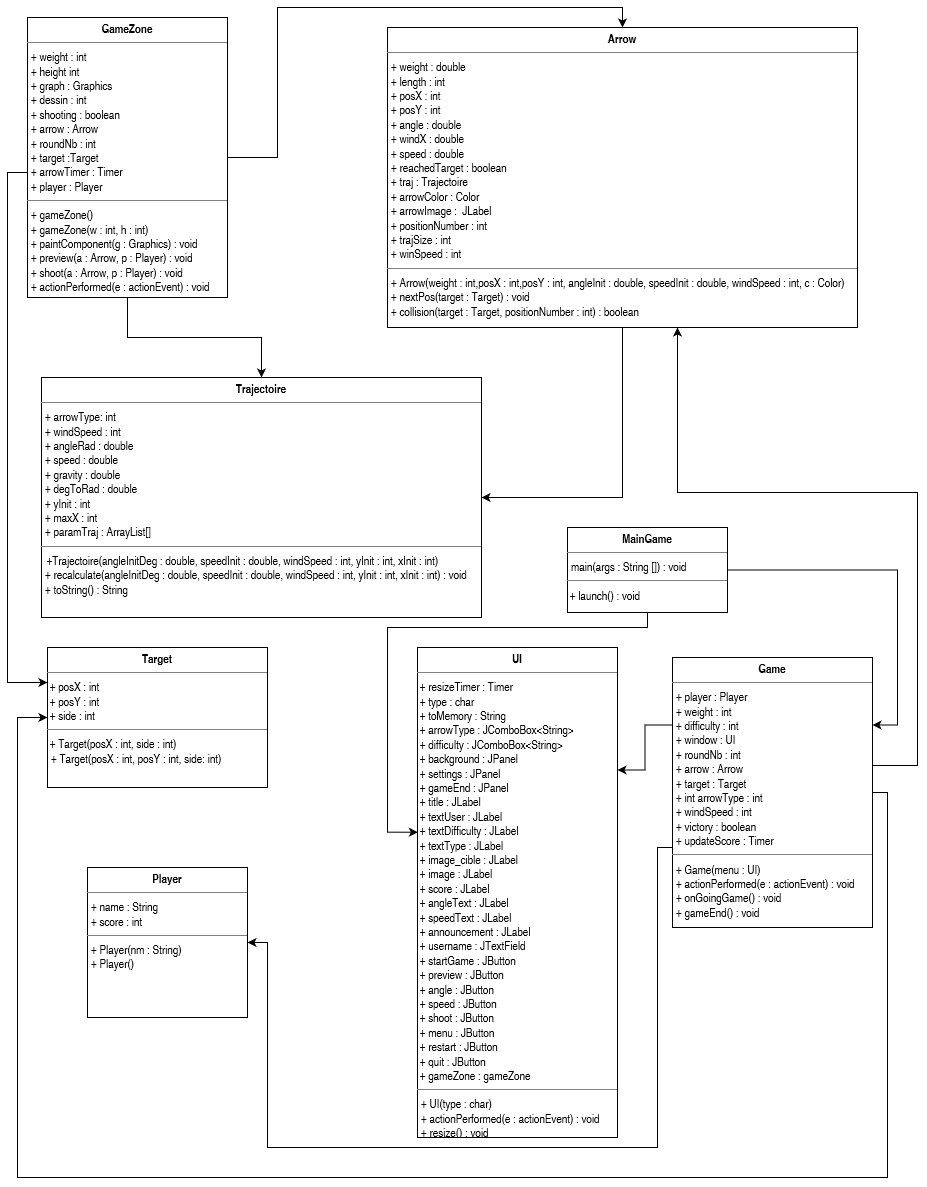
Above: UMLDiagram.png in vbard1/mini-projet-2 (draw.io), before the change. Source tidied: cells renumbered, new cells last; positions are measured from the earlier drawing's top-left corner, leaving out a move shared by most shapes.
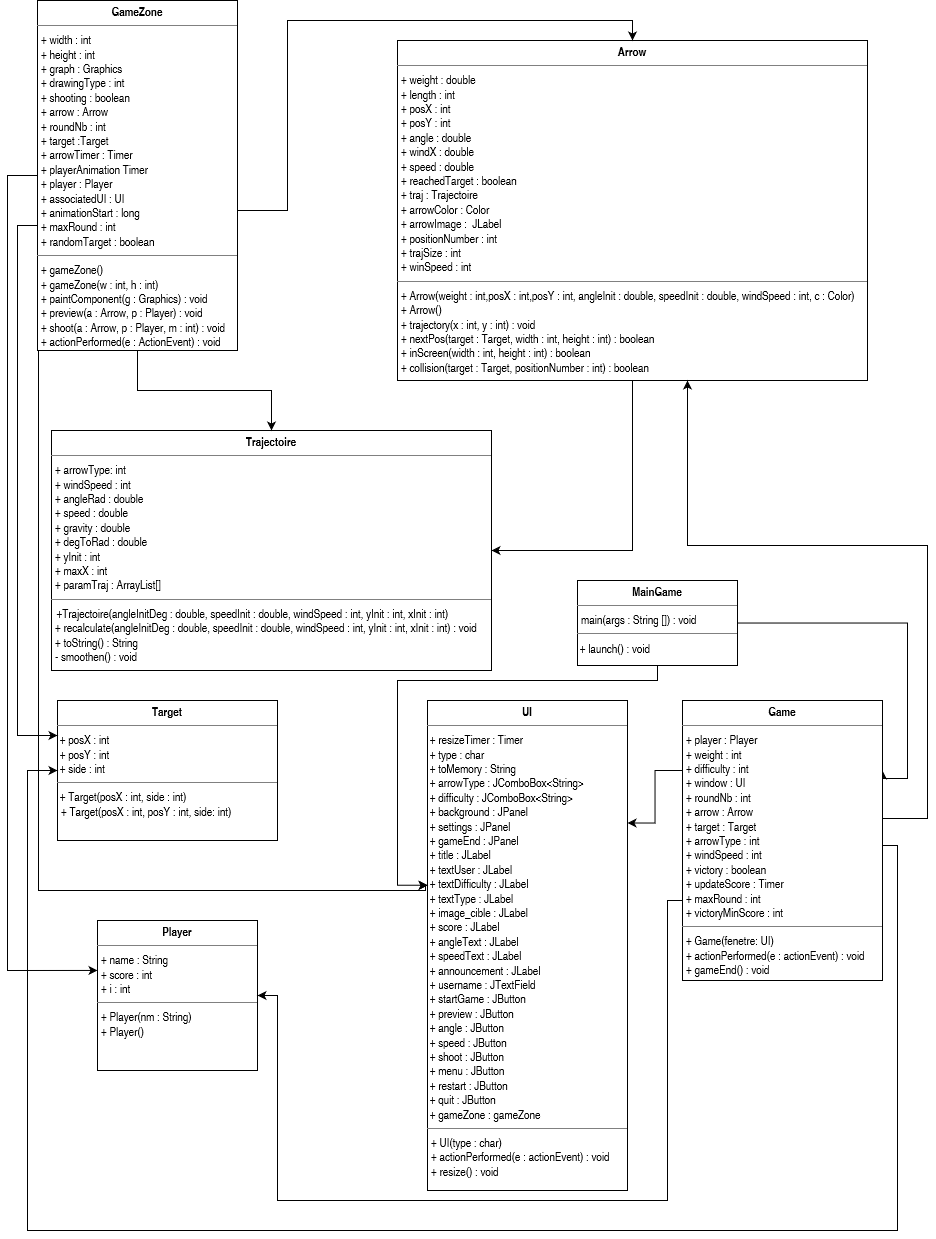
Later version of the same file.

The edit, as a diff of the source:
```diff
@@ -12,9 +12,9 @@
     </mxCell>
-    <mxCell id="4" value="&lt;p style=&quot;margin: 0px ; margin-top: 4px ; text-align: center&quot;&gt;&lt;b&gt;Arrow&lt;/b&gt;&lt;br&gt;&lt;/p&gt;&lt;hr size=&quot;1&quot;&gt;&lt;p style=&quot;margin: 0px ; margin-left: 4px&quot;&gt;+ weight : double&lt;/p&gt;&lt;p style=&quot;margin: 0px ; margin-left: 4px&quot;&gt;+ length : int&lt;/p&gt;&lt;p style=&quot;margin: 0px ; margin-left: 4px&quot;&gt;+ posX : int&lt;/p&gt;&lt;p style=&quot;margin: 0px ; margin-left: 4px&quot;&gt;+ posY : int&lt;br&gt;&lt;/p&gt;&lt;p style=&quot;margin: 0px ; margin-left: 4px&quot;&gt;+ angle : double&lt;/p&gt;&lt;p style=&quot;margin: 0px ; margin-left: 4px&quot;&gt;+ windX : double&lt;/p&gt;&lt;p style=&quot;margin: 0px ; margin-left: 4px&quot;&gt;+ speed : double&lt;/p&gt;&lt;p style=&quot;margin: 0px ; margin-left: 4px&quot;&gt;+ reachedTarget : boolean&lt;br&gt;+ traj : Trajectoire&lt;br&gt;+ arrowColor : Color&lt;br&gt;+ arrowImage :&amp;nbsp; JLabel&lt;br&gt;+ positionNumber : int&lt;br&gt;+ trajSize : int&lt;/p&gt;&lt;p style=&quot;margin: 0px ; margin-left: 4px&quot;&gt;+ winSpeed : int&lt;br&gt;&lt;/p&gt;&lt;hr size=&quot;1&quot;&gt;&lt;p style=&quot;margin: 0px ; margin-left: 4px&quot;&gt;+ Arrow(weight : int,posX : int,posY : int, angleInit : double, speedInit : double, windSpeed : int, c : Color)&lt;br&gt;&lt;/p&gt;&lt;p style=&quot;margin: 0px ; margin-left: 4px&quot;&gt;+ nextPos(target : Target) : void&lt;/p&gt;&lt;p style=&quot;margin: 0px ; margin-left: 4px&quot;&gt;+ collision(target : Target, positionNumber : int) : boolean&lt;/p&gt;" style="verticalAlign=top;align=left;overflow=fill;fontSize=12;fontFamily=Helvetica;html=1;" parent="1" vertex="1">
-      <mxGeometry x="380" y="20" width="470" height="300" as="geometry" />
+    <mxCell id="4" value="&lt;p style=&quot;margin: 0px ; margin-top: 4px ; text-align: center&quot;&gt;&lt;b&gt;Arrow&lt;/b&gt;&lt;br&gt;&lt;/p&gt;&lt;hr size=&quot;1&quot;&gt;&lt;p style=&quot;margin: 0px ; margin-left: 4px&quot;&gt;+ weight : double&lt;/p&gt;&lt;p style=&quot;margin: 0px ; margin-left: 4px&quot;&gt;+ length : int&lt;/p&gt;&lt;p style=&quot;margin: 0px ; margin-left: 4px&quot;&gt;+ posX : int&lt;/p&gt;&lt;p style=&quot;margin: 0px ; margin-left: 4px&quot;&gt;+ posY : int&lt;br&gt;&lt;/p&gt;&lt;p style=&quot;margin: 0px ; margin-left: 4px&quot;&gt;+ angle : double&lt;/p&gt;&lt;p style=&quot;margin: 0px ; margin-left: 4px&quot;&gt;+ windX : double&lt;/p&gt;&lt;p style=&quot;margin: 0px ; margin-left: 4px&quot;&gt;+ speed : double&lt;/p&gt;&lt;p style=&quot;margin: 0px ; margin-left: 4px&quot;&gt;+ reachedTarget : boolean&lt;br&gt;+ traj : Trajectoire&lt;br&gt;+ arrowColor : Color&lt;br&gt;+ arrowImage :&amp;nbsp; JLabel&lt;br&gt;+ positionNumber : int&lt;br&gt;+ trajSize : int&lt;/p&gt;&lt;p style=&quot;margin: 0px ; margin-left: 4px&quot;&gt;+ winSpeed : int&lt;br&gt;&lt;/p&gt;&lt;hr size=&quot;1&quot;&gt;&lt;p style=&quot;margin: 0px ; margin-left: 4px&quot;&gt;+ Arrow(weight : int,posX : int,posY : int, angleInit : double, speedInit : double, windSpeed : int, c : Color)&lt;/p&gt;&lt;p style=&quot;margin: 0px ; margin-left: 4px&quot;&gt;+ Arrow()&lt;/p&gt;&lt;p style=&quot;margin: 0px ; margin-left: 4px&quot;&gt;+ trajectory(x : int, y : int) : void&lt;br&gt;&lt;/p&gt;&lt;p style=&quot;margin: 0px ; margin-left: 4px&quot;&gt;+ nextPos(target : Target, width : int, height : int) : boolean&lt;br&gt;&lt;/p&gt;&lt;p style=&quot;margin: 0px ; margin-left: 4px&quot;&gt;+ inScreen(width : int, height : int) : boolean&lt;br&gt;&lt;/p&gt;&lt;p style=&quot;margin: 0px ; margin-left: 4px&quot;&gt;+ collision(target : Target, positionNumber : int) : boolean&lt;/p&gt;" style="verticalAlign=top;align=left;overflow=fill;fontSize=12;fontFamily=Helvetica;html=1;" parent="1" vertex="1">
+      <mxGeometry x="380" y="-20" width="470" height="340" as="geometry" />
     </mxCell>
-    <mxCell id="5" value="&lt;p style=&quot;margin: 0px ; margin-top: 4px ; text-align: center&quot;&gt;&lt;b&gt;UI&lt;/b&gt;&lt;br&gt;&lt;/p&gt;&lt;hr size=&quot;1&quot;&gt;&lt;div&gt;&amp;nbsp;+ resizeTimer : Timer&lt;/div&gt;&lt;div&gt;&amp;nbsp;+ type : char &lt;br&gt;&lt;/div&gt;&lt;div&gt;&amp;nbsp;+ toMemory : String&lt;br&gt;&lt;/div&gt;&lt;div&gt;&amp;nbsp;+ arrowType : JComboBox&amp;lt;String&amp;gt;&lt;/div&gt;&lt;div&gt;&amp;nbsp;+ difficulty : JComboBox&amp;lt;String&amp;gt;&lt;br&gt;&amp;nbsp;+ background : JPanel&lt;/div&gt;&lt;div&gt;&amp;nbsp;+ settings : JPanel &lt;br&gt;&lt;/div&gt;&lt;div&gt;&amp;nbsp;+ gameEnd : JPanel &lt;/div&gt;&lt;div&gt;&amp;nbsp;+ title : JLabel&lt;br&gt;&amp;nbsp;+ textUser : JLabel&lt;/div&gt;&lt;div&gt;&amp;nbsp;+ textDifficulty : JLabel&lt;/div&gt;&lt;div&gt;&amp;nbsp;+ textType : JLabel&lt;/div&gt;&lt;div&gt;&amp;nbsp;+ image_cible : JLabel&lt;/div&gt;&lt;div&gt;&amp;nbsp;+ image : JLabel&lt;/div&gt;&lt;div&gt;&amp;nbsp;+ score : JLabel&lt;/div&gt;&lt;div&gt;&amp;nbsp;+ angleText : JLabel&lt;/div&gt;&lt;div&gt;&amp;nbsp;+ speedText : JLabel&lt;/div&gt;&lt;div&gt;&lt;div&gt;&amp;nbsp;+ announcement : JLabel&lt;/div&gt;&lt;/div&gt;&lt;div&gt;&amp;nbsp;+ username : JTextField &lt;br&gt;&lt;/div&gt;&lt;div&gt;&amp;nbsp;+ startGame : JButton&lt;/div&gt;&lt;div&gt;&amp;nbsp;+ preview : JButton&lt;/div&gt;&lt;div&gt;&amp;nbsp;+ angle : JButton&lt;/div&gt;&lt;div&gt;&amp;nbsp;+ speed : JButton&lt;/div&gt;&lt;div&gt;&amp;nbsp;+ shoot : JButton&lt;/div&gt;&lt;div&gt;&amp;nbsp;+ menu : JButton&lt;/div&gt;&lt;div&gt;&lt;div&gt;&amp;nbsp;+ restart : JButton&lt;/div&gt;&lt;div&gt;&lt;div&gt;&amp;nbsp;+ quit : JButton&lt;/div&gt;&lt;/div&gt;&amp;nbsp;+ gameZone : gameZone&lt;br&gt;&lt;/div&gt;&lt;hr size=&quot;1&quot;&gt;&lt;p style=&quot;margin: 0px ; margin-left: 4px&quot;&gt;+ UI(type : char)&lt;br&gt;&lt;/p&gt;&lt;p style=&quot;margin: 0px ; margin-left: 4px&quot;&gt;+ actionPerformed(e : actionEvent) : void&lt;/p&gt;&lt;p style=&quot;margin: 0px ; margin-left: 4px&quot;&gt;+ resize() : void&lt;br&gt;&lt;/p&gt;" style="verticalAlign=top;align=left;overflow=fill;fontSize=12;fontFamily=Helvetica;html=1;" parent="1" vertex="1">
+    <mxCell id="5" value="&lt;p style=&quot;margin: 0px ; margin-top: 4px ; text-align: center&quot;&gt;&lt;b&gt;UI&lt;/b&gt;&lt;br&gt;&lt;/p&gt;&lt;hr size=&quot;1&quot;&gt;&lt;div&gt;&amp;nbsp;+ resizeTimer : Timer&lt;/div&gt;&lt;div&gt;&amp;nbsp;+ type : char &lt;br&gt;&lt;/div&gt;&lt;div&gt;&amp;nbsp;+ toMemory : String&lt;br&gt;&lt;/div&gt;&lt;div&gt;&amp;nbsp;+ arrowType : JComboBox&amp;lt;String&amp;gt;&lt;/div&gt;&lt;div&gt;&amp;nbsp;+ difficulty : JComboBox&amp;lt;String&amp;gt;&lt;br&gt;&amp;nbsp;+ background : JPanel&lt;/div&gt;&lt;div&gt;&amp;nbsp;+ settings : JPanel &lt;br&gt;&lt;/div&gt;&lt;div&gt;&amp;nbsp;+ gameEnd : JPanel &lt;/div&gt;&lt;div&gt;&amp;nbsp;+ title : JLabel&lt;br&gt;&amp;nbsp;+ textUser : JLabel&lt;/div&gt;&lt;div&gt;&amp;nbsp;+ textDifficulty : JLabel&lt;/div&gt;&lt;div&gt;&amp;nbsp;+ textType : JLabel&lt;/div&gt;&lt;div&gt;&amp;nbsp;+ image_cible : JLabel&lt;/div&gt;&lt;div&gt;&amp;nbsp;+ score : JLabel&lt;/div&gt;&lt;div&gt;&amp;nbsp;+ angleText : JLabel&lt;/div&gt;&lt;div&gt;&amp;nbsp;+ speedText : JLabel&lt;/div&gt;&lt;div&gt;&lt;div&gt;&amp;nbsp;+ announcement : JLabel&lt;/div&gt;&lt;/div&gt;&lt;div&gt;&amp;nbsp;+ username : JTextField &lt;br&gt;&lt;/div&gt;&lt;div&gt;&amp;nbsp;+ startGame : JButton&lt;/div&gt;&lt;div&gt;&amp;nbsp;+ preview : JButton&lt;/div&gt;&lt;div&gt;&amp;nbsp;+ angle : JButton&lt;/div&gt;&lt;div&gt;&amp;nbsp;+ speed : JButton&lt;/div&gt;&lt;div&gt;&amp;nbsp;+ shoot : JButton&lt;/div&gt;&lt;div&gt;&amp;nbsp;+ menu : JButton&lt;/div&gt;&lt;div&gt;&lt;div&gt;&amp;nbsp;+ restart : JButton&lt;/div&gt;&lt;div&gt;&lt;div&gt;&amp;nbsp;+ quit : JButton&lt;/div&gt;&lt;/div&gt;&amp;nbsp;+ gameZone : gameZone&lt;br&gt;&lt;/div&gt;&lt;hr size=&quot;1&quot;&gt;&lt;p style=&quot;margin: 0px ; margin-left: 4px&quot;&gt;+ UI(type : char)&lt;br&gt;&lt;/p&gt;&lt;p style=&quot;margin: 0px ; margin-left: 4px&quot;&gt;+ actionPerformed(e : actionEvent) : void&lt;/p&gt;&lt;p style=&quot;margin: 0px ; margin-left: 4px&quot;&gt;+ resize() : void&lt;br&gt;&lt;/p&gt;" style="verticalAlign=top;align=left;overflow=fill;fontSize=12;fontFamily=Helvetica;html=1;" parent="1" vertex="1">
       <mxGeometry x="410" y="640" width="200" height="490" as="geometry" />
     </mxCell>
-    <mxCell id="6" value="&lt;p style=&quot;margin: 0px ; margin-top: 4px ; text-align: center&quot;&gt;&lt;b&gt;Player&lt;/b&gt;&lt;br&gt;&lt;/p&gt;&lt;hr size=&quot;1&quot;&gt;&lt;p style=&quot;margin: 0px ; margin-left: 4px&quot;&gt;+ name : String&lt;/p&gt;&lt;p style=&quot;margin: 0px ; margin-left: 4px&quot;&gt;+ score : int&lt;/p&gt;&lt;hr size=&quot;1&quot;&gt;&lt;p style=&quot;margin: 0px ; margin-left: 4px&quot;&gt;+ Player(nm : String)&lt;/p&gt;&lt;p style=&quot;margin: 0px ; margin-left: 4px&quot;&gt;+ Player()&lt;br&gt;&lt;/p&gt;" style="verticalAlign=top;align=left;overflow=fill;fontSize=12;fontFamily=Helvetica;html=1;" parent="1" vertex="1">
+    <mxCell id="6" value="&lt;p style=&quot;margin: 0px ; margin-top: 4px ; text-align: center&quot;&gt;&lt;b&gt;Player&lt;/b&gt;&lt;br&gt;&lt;/p&gt;&lt;hr size=&quot;1&quot;&gt;&lt;p style=&quot;margin: 0px ; margin-left: 4px&quot;&gt;+ name : String&lt;/p&gt;&lt;p style=&quot;margin: 0px ; margin-left: 4px&quot;&gt;+ score : int&lt;/p&gt;&lt;p style=&quot;margin: 0px ; margin-left: 4px&quot;&gt;+ i : int&lt;br&gt;&lt;/p&gt;&lt;hr size=&quot;1&quot;&gt;&lt;p style=&quot;margin: 0px ; margin-left: 4px&quot;&gt;+ Player(nm : String)&lt;/p&gt;&lt;p style=&quot;margin: 0px ; margin-left: 4px&quot;&gt;+ Player()&lt;br&gt;&lt;/p&gt;" style="verticalAlign=top;align=left;overflow=fill;fontSize=12;fontFamily=Helvetica;html=1;" parent="1" vertex="1">
       <mxGeometry x="80" y="860" width="160" height="150" as="geometry" />
@@ -29,3 +29,3 @@
     </mxCell>
-    <mxCell id="9" value="&lt;p style=&quot;margin: 0px ; margin-top: 4px ; text-align: center&quot;&gt;&lt;b&gt;Trajectoire&lt;/b&gt;&lt;br&gt;&lt;/p&gt;&lt;hr size=&quot;1&quot;&gt;&lt;p style=&quot;margin: 0px ; margin-left: 4px&quot;&gt;+ arrowType: int&lt;br&gt;&lt;/p&gt;&lt;p style=&quot;margin: 0px ; margin-left: 4px&quot;&gt;+ windSpeed : int&lt;/p&gt;&lt;p style=&quot;margin: 0px ; margin-left: 4px&quot;&gt;+ angleRad : double&lt;/p&gt;&lt;p style=&quot;margin: 0px ; margin-left: 4px&quot;&gt;+ speed : double&lt;/p&gt;&lt;p style=&quot;margin: 0px ; margin-left: 4px&quot;&gt;+ gravity : double&lt;/p&gt;&lt;p style=&quot;margin: 0px ; margin-left: 4px&quot;&gt;+ degToRad : double&lt;br&gt;&lt;/p&gt;&lt;p style=&quot;margin: 0px ; margin-left: 4px&quot;&gt;+ yInit : int&lt;/p&gt;&lt;p style=&quot;margin: 0px ; margin-left: 4px&quot;&gt;+ maxX : int&lt;/p&gt;&lt;p style=&quot;margin: 0px ; margin-left: 4px&quot;&gt;+ paramTraj : ArrayList[] &lt;/p&gt;&lt;hr size=&quot;1&quot;&gt;&amp;nbsp; +Trajectoire(angleInitDeg : double, speedInit : double, windSpeed : int, yInit : int, xInit : int)&lt;br&gt;&lt;p style=&quot;margin: 0px ; margin-left: 4px&quot;&gt;+ recalculate(angleInitDeg : double, speedInit : double, windSpeed : int, yInit : int, xInit : int) : void&lt;br&gt;&lt;/p&gt;&lt;p style=&quot;margin: 0px ; margin-left: 4px&quot;&gt;+ toString() : String&lt;br&gt;&lt;/p&gt;" style="verticalAlign=top;align=left;overflow=fill;fontSize=12;fontFamily=Helvetica;html=1;" parent="1" vertex="1">
+    <mxCell id="9" value="&lt;p style=&quot;margin: 0px ; margin-top: 4px ; text-align: center&quot;&gt;&lt;b&gt;Trajectoire&lt;/b&gt;&lt;br&gt;&lt;/p&gt;&lt;hr size=&quot;1&quot;&gt;&lt;p style=&quot;margin: 0px ; margin-left: 4px&quot;&gt;+ arrowType: int&lt;br&gt;&lt;/p&gt;&lt;p style=&quot;margin: 0px ; margin-left: 4px&quot;&gt;+ windSpeed : int&lt;/p&gt;&lt;p style=&quot;margin: 0px ; margin-left: 4px&quot;&gt;+ angleRad : double&lt;/p&gt;&lt;p style=&quot;margin: 0px ; margin-left: 4px&quot;&gt;+ speed : double&lt;/p&gt;&lt;p style=&quot;margin: 0px ; margin-left: 4px&quot;&gt;+ gravity : double&lt;/p&gt;&lt;p style=&quot;margin: 0px ; margin-left: 4px&quot;&gt;+ degToRad : double&lt;br&gt;&lt;/p&gt;&lt;p style=&quot;margin: 0px ; margin-left: 4px&quot;&gt;+ yInit : int&lt;/p&gt;&lt;p style=&quot;margin: 0px ; margin-left: 4px&quot;&gt;+ maxX : int&lt;/p&gt;&lt;p style=&quot;margin: 0px ; margin-left: 4px&quot;&gt;+ paramTraj : ArrayList[] &lt;/p&gt;&lt;hr size=&quot;1&quot;&gt;&amp;nbsp; +Trajectoire(angleInitDeg : double, speedInit : double, windSpeed : int, yInit : int, xInit : int)&lt;br&gt;&lt;p style=&quot;margin: 0px ; margin-left: 4px&quot;&gt;+ recalculate(angleInitDeg : double, speedInit : double, windSpeed : int, yInit : int, xInit : int) : void&lt;br&gt;&lt;/p&gt;&lt;p style=&quot;margin: 0px ; margin-left: 4px&quot;&gt;+ toString() : String&lt;/p&gt;&lt;p style=&quot;margin: 0px ; margin-left: 4px&quot;&gt;- smoothen() : void &lt;br&gt;&lt;/p&gt;" style="verticalAlign=top;align=left;overflow=fill;fontSize=12;fontFamily=Helvetica;html=1;" parent="1" vertex="1">
       <mxGeometry x="34" y="370" width="440" height="240" as="geometry" />
@@ -87,4 +87,4 @@
     </mxCell>
-    <mxCell id="17" value="&lt;p style=&quot;margin: 0px ; margin-top: 4px ; text-align: center&quot;&gt;&lt;b&gt;Game&lt;/b&gt;&lt;br&gt;&lt;/p&gt;&lt;hr size=&quot;1&quot;&gt;&lt;p style=&quot;margin: 0px ; margin-left: 4px&quot;&gt;+ player : Player&lt;br&gt;+ weight : int&lt;br&gt;+ difficulty : int&lt;/p&gt;&lt;p style=&quot;margin: 0px ; margin-left: 4px&quot;&gt;+ window : UI &lt;br&gt;&lt;/p&gt;&lt;p style=&quot;margin: 0px ; margin-left: 4px&quot;&gt;+ roundNb : int&lt;br&gt;+ arrow : Arrow&lt;br&gt;+ target : Target&lt;br&gt;+ int arrowType : int&lt;br&gt;+ windSpeed : int&lt;/p&gt;&lt;p style=&quot;margin: 0px ; margin-left: 4px&quot;&gt;+ victory : boolean&lt;/p&gt;&lt;p style=&quot;margin: 0px ; margin-left: 4px&quot;&gt;+ updateScore : Timer&lt;br&gt;&lt;/p&gt;&lt;hr size=&quot;1&quot;&gt;&lt;p style=&quot;margin: 0px ; margin-left: 4px&quot;&gt;+ Game(menu : UI)&lt;br&gt;&lt;/p&gt;&lt;p style=&quot;margin: 0px ; margin-left: 4px&quot;&gt;+ actionPerformed(e : actionEvent) : void&lt;/p&gt;&lt;p style=&quot;margin: 0px ; margin-left: 4px&quot;&gt;+ onGoingGame() : void&lt;/p&gt;&lt;p style=&quot;margin: 0px ; margin-left: 4px&quot;&gt;+ gameEnd() : void&lt;br&gt;&lt;/p&gt;" style="verticalAlign=top;align=left;overflow=fill;fontSize=12;fontFamily=Helvetica;html=1;" parent="1" vertex="1">
-      <mxGeometry x="665" y="650" width="200" height="270" as="geometry" />
+    <mxCell id="17" value="&lt;p style=&quot;margin: 0px ; margin-top: 4px ; text-align: center&quot;&gt;&lt;b&gt;Game&lt;/b&gt;&lt;br&gt;&lt;/p&gt;&lt;hr size=&quot;1&quot;&gt;&lt;p style=&quot;margin: 0px ; margin-left: 4px&quot;&gt;+ player : Player&lt;br&gt;+ weight : int&lt;br&gt;+ difficulty : int&lt;/p&gt;&lt;p style=&quot;margin: 0px ; margin-left: 4px&quot;&gt;+ window : UI &lt;br&gt;&lt;/p&gt;&lt;p style=&quot;margin: 0px ; margin-left: 4px&quot;&gt;+ roundNb : int&lt;br&gt;+ arrow : Arrow&lt;br&gt;+ target : Target&lt;br&gt;+ arrowType : int&lt;br&gt;+ windSpeed : int&lt;/p&gt;&lt;p style=&quot;margin: 0px ; margin-left: 4px&quot;&gt;+ victory : boolean&lt;/p&gt;&lt;p style=&quot;margin: 0px ; margin-left: 4px&quot;&gt;+ updateScore : Timer&lt;/p&gt;&lt;p style=&quot;margin: 0px ; margin-left: 4px&quot;&gt;+ maxRound : int&lt;/p&gt;&lt;p style=&quot;margin: 0px ; margin-left: 4px&quot;&gt;+ victoryMinScore : int&lt;br&gt;&lt;/p&gt;&lt;hr size=&quot;1&quot;&gt;&lt;p style=&quot;margin: 0px ; margin-left: 4px&quot;&gt;+ Game(fenetre: UI)&lt;br&gt;&lt;/p&gt;&lt;p style=&quot;margin: 0px ; margin-left: 4px&quot;&gt;+ actionPerformed(e : actionEvent) : void&lt;/p&gt;&lt;p style=&quot;margin: 0px ; margin-left: 4px&quot;&gt;+ gameEnd() : void&lt;br&gt;&lt;/p&gt;" style="verticalAlign=top;align=left;overflow=fill;fontSize=12;fontFamily=Helvetica;html=1;" parent="1" vertex="1">
+      <mxGeometry x="665" y="640" width="200" height="280" as="geometry" />
     </mxCell>
@@ -94,4 +94,4 @@
           <mxPoint x="270" y="150" />
-          <mxPoint x="270" />
-          <mxPoint x="615" />
+          <mxPoint x="270" y="-40" />
+          <mxPoint x="615" y="-40" />
         </Array>
@@ -110,4 +110,21 @@
     </mxCell>
+    <mxCell id="22" style="edgeStyle=orthogonalEdgeStyle;rounded=0;jettySize=auto;html=1;entryX=0;entryY=0.333;entryDx=0;entryDy=0;entryPerimeter=0;" parent="1" edge="1" source="21" target="6">
+      <mxGeometry relative="1" as="geometry">
+        <Array as="points">
+          <mxPoint x="-10" y="115" />
+          <mxPoint x="-10" y="910" />
+        </Array>
+      </mxGeometry>
+    </mxCell>
+    <mxCell id="23" style="edgeStyle=orthogonalEdgeStyle;rounded=0;jettySize=auto;html=1;exitX=0.005;exitY=0.815;exitDx=0;exitDy=0;exitPerimeter=0;" parent="1" edge="1" source="21" target="5">
+      <mxGeometry relative="1" as="geometry">
+        <Array as="points">
+          <mxPoint x="21" y="830" />
+          <mxPoint x="408" y="830" />
+          <mxPoint x="408" y="825" />
+        </Array>
+      </mxGeometry>
+    </mxCell>
-    <mxCell id="21" value="&lt;p style=&quot;margin: 0px ; margin-top: 4px ; text-align: center&quot;&gt;&lt;b&gt;GameZone&lt;/b&gt;&lt;br&gt;&lt;/p&gt;&lt;hr size=&quot;1&quot;&gt;&lt;p style=&quot;margin: 0px ; margin-left: 4px&quot;&gt;+ weight : int&lt;/p&gt;&lt;p style=&quot;margin: 0px ; margin-left: 4px&quot;&gt;+ height int&lt;br&gt;+ graph : Graphics&lt;br&gt;+ dessin : int&lt;br&gt;+ shooting : boolean&lt;br&gt;+ arrow : Arrow&lt;br&gt;+ roundNb : int&lt;br&gt;+ target :Target&lt;br&gt;+ arrowTimer : Timer&lt;/p&gt;&lt;p style=&quot;margin: 0px ; margin-left: 4px&quot;&gt;+ player : Player&lt;br&gt;&lt;/p&gt;&lt;hr size=&quot;1&quot;&gt;&lt;p style=&quot;margin: 0px ; margin-left: 4px&quot;&gt;+ gameZone()&lt;/p&gt;&lt;p style=&quot;margin: 0px ; margin-left: 4px&quot;&gt;+ gameZone(w : int, h : int)&lt;/p&gt;&lt;p style=&quot;margin: 0px ; margin-left: 4px&quot;&gt;+ paintComponent(g : Graphics) : void&lt;/p&gt;&lt;p style=&quot;margin: 0px ; margin-left: 4px&quot;&gt;+ preview(a : Arrow, p : Player) : void&lt;/p&gt;&lt;p style=&quot;margin: 0px ; margin-left: 4px&quot;&gt;+ shoot(a : Arrow, p : Player) : void&lt;/p&gt;&lt;p style=&quot;margin: 0px ; margin-left: 4px&quot;&gt;+ actionPerformed(e : actionEvent) : void&lt;/p&gt;&lt;p style=&quot;margin: 0px ; margin-left: 4px&quot;&gt;&lt;/p&gt;" style="verticalAlign=top;align=left;overflow=fill;fontSize=12;fontFamily=Helvetica;html=1;" parent="1" vertex="1">
-      <mxGeometry x="20" y="10" width="200" height="280" as="geometry" />
+    <mxCell id="21" value="&lt;p style=&quot;margin: 0px ; margin-top: 4px ; text-align: center&quot;&gt;&lt;b&gt;GameZone&lt;/b&gt;&lt;br&gt;&lt;/p&gt;&lt;hr size=&quot;1&quot;&gt;&lt;p style=&quot;margin: 0px ; margin-left: 4px&quot;&gt;+ width : int&lt;/p&gt;&lt;p style=&quot;margin: 0px ; margin-left: 4px&quot;&gt;+ height : int&lt;br&gt;+ graph : Graphics&lt;br&gt;+ drawingType : int&lt;br&gt;+ shooting : boolean&lt;br&gt;+ arrow : Arrow&lt;br&gt;+ roundNb : int&lt;br&gt;+ target :Target&lt;br&gt;+ arrowTimer : Timer&lt;/p&gt;&lt;p style=&quot;margin: 0px ; margin-left: 4px&quot;&gt;+ playerAnimation Timer&lt;br&gt;&lt;/p&gt;&lt;p style=&quot;margin: 0px ; margin-left: 4px&quot;&gt;+ player : Player&lt;/p&gt;&lt;p style=&quot;margin: 0px ; margin-left: 4px&quot;&gt;+ associatedUI : UI&lt;/p&gt;&lt;p style=&quot;margin: 0px ; margin-left: 4px&quot;&gt;+ animationStart : long&lt;/p&gt;&lt;p style=&quot;margin: 0px ; margin-left: 4px&quot;&gt;+ maxRound : int&lt;/p&gt;&lt;p style=&quot;margin: 0px ; margin-left: 4px&quot;&gt;+ randomTarget : boolean&lt;br&gt;&lt;/p&gt;&lt;hr size=&quot;1&quot;&gt;&lt;p style=&quot;margin: 0px ; margin-left: 4px&quot;&gt;+ gameZone()&lt;/p&gt;&lt;p style=&quot;margin: 0px ; margin-left: 4px&quot;&gt;+ gameZone(w : int, h : int)&lt;/p&gt;&lt;p style=&quot;margin: 0px ; margin-left: 4px&quot;&gt;+ paintComponent(g : Graphics) : void&lt;/p&gt;&lt;p style=&quot;margin: 0px ; margin-left: 4px&quot;&gt;+ preview(a : Arrow, p : Player) : void&lt;/p&gt;&lt;p style=&quot;margin: 0px ; margin-left: 4px&quot;&gt;+ shoot(a : Arrow, p : Player, m : int) : void&lt;/p&gt;&lt;p style=&quot;margin: 0px ; margin-left: 4px&quot;&gt;+ actionPerformed(e : ActionEvent) : void&lt;/p&gt;&lt;p style=&quot;margin: 0px ; margin-left: 4px&quot;&gt;&lt;/p&gt;" style="verticalAlign=top;align=left;overflow=fill;fontSize=12;fontFamily=Helvetica;html=1;" parent="1" vertex="1">
+      <mxGeometry x="20" y="-60" width="200" height="350" as="geometry" />
     </mxCell>
```
